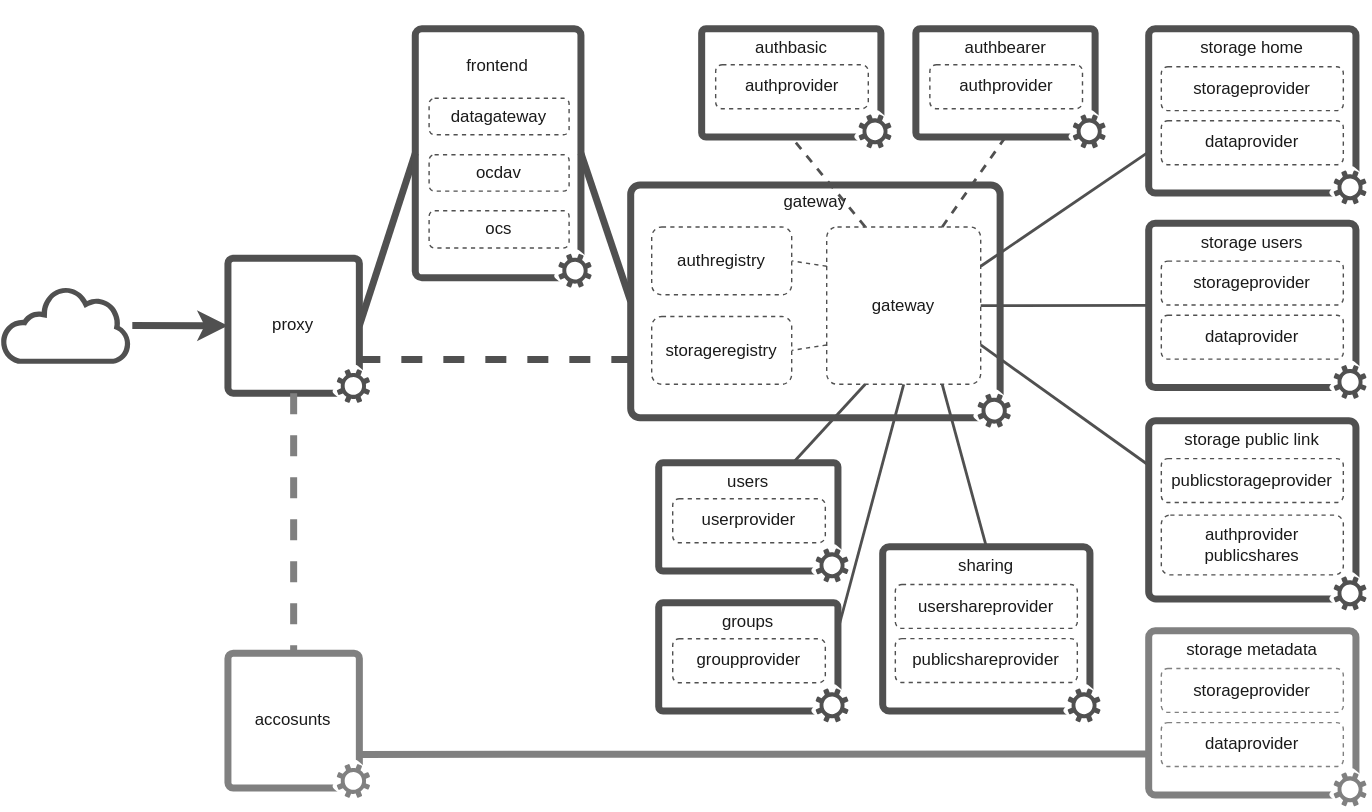
Earlier version of the draw.io export docs/extensions/storage/static/overview.drawio.svg (owncloud/ocis). Source tidied: cells renumbered, new cells last; positions are measured from the earlier drawing's top-left corner, leaving out a move shared by most shapes.
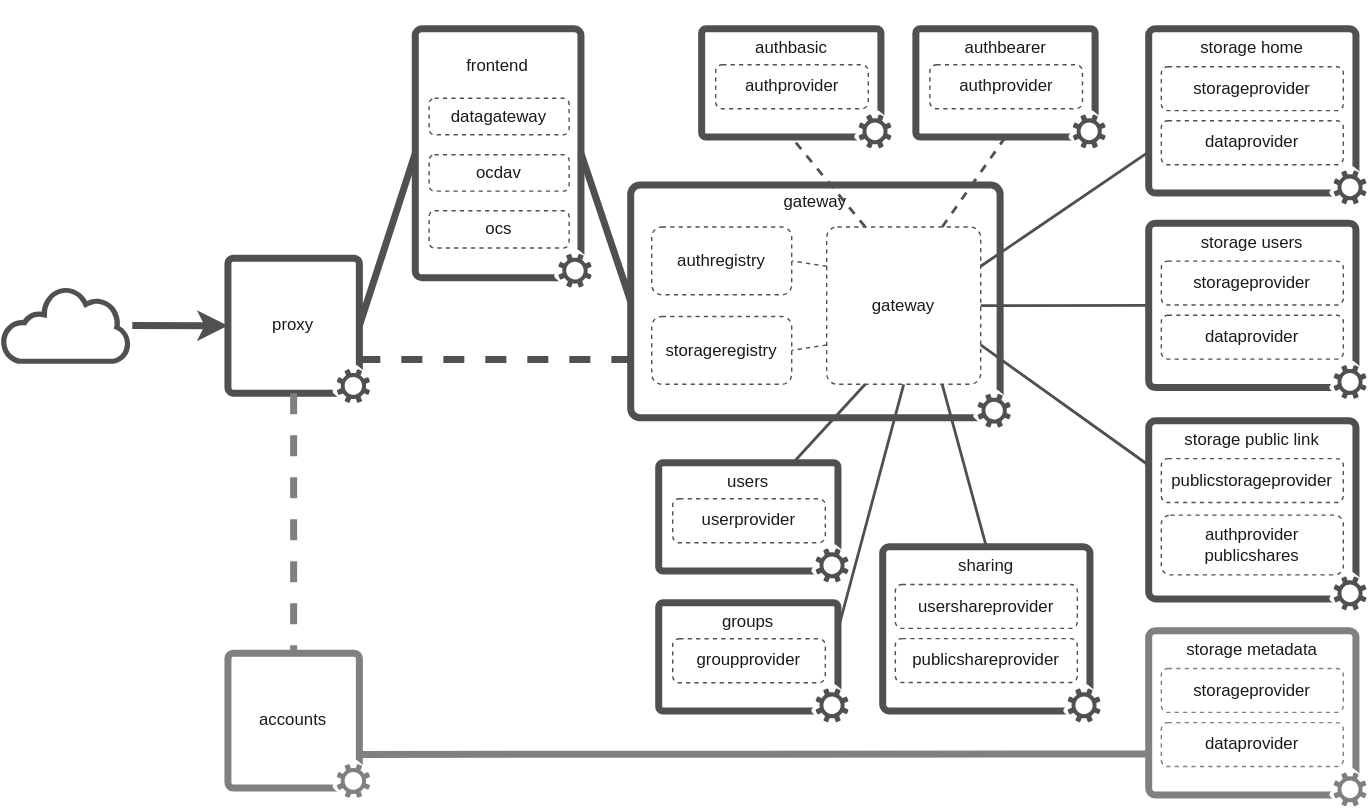
Above is the later version.

The edit, as a diff of the source:
```diff
@@ -263,7 +263,7 @@
     <mxCell id="88" style="group;" parent="1" vertex="1">
       <mxGeometry x="162.3" y="466.1" width="101.5" height="103.8" as="geometry" />
     </mxCell>
-    <mxCell id="89" value="accosunts" style="rounded=1;whiteSpace=wrap;html=1;strokeWidth=5;fillColor=none;arcSize=4;spacing=15;fontColor=#1A1A1A;strokeColor=#808080;" parent="88" vertex="1">
+    <mxCell id="89" value="accounts" style="rounded=1;whiteSpace=wrap;html=1;strokeWidth=5;fillColor=none;arcSize=4;spacing=15;fontColor=#1A1A1A;strokeColor=#808080;" parent="88" vertex="1">
       <mxGeometry width="93.9" height="96.3" as="geometry" />
     </mxCell>
     <mxCell id="90" style="group;" parent="88" vertex="1">
```
